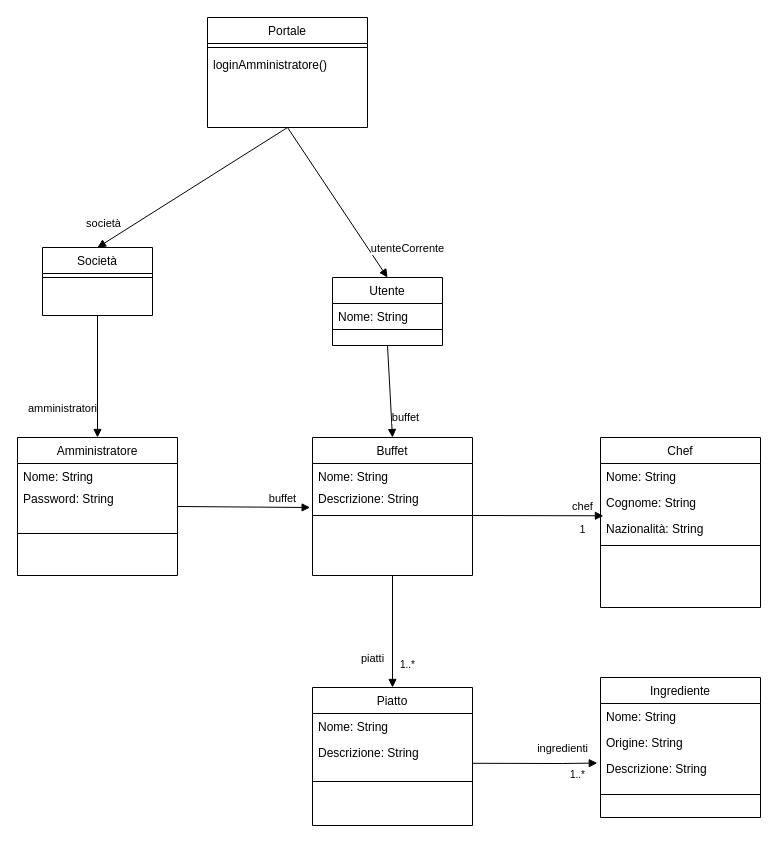
This is SiwClassDiagram.drawio from lucreziasorrentino/siw-catering, a draw.io file, before an edit. Source tidied: cells renumbered, new cells numbered last; positions are measured from the earlier drawing's top-left corner, leaving out a move shared by most shapes. Both pictures are drawn from the tidied source at 100%, with x=0, y=0 at pixel (17, 17).
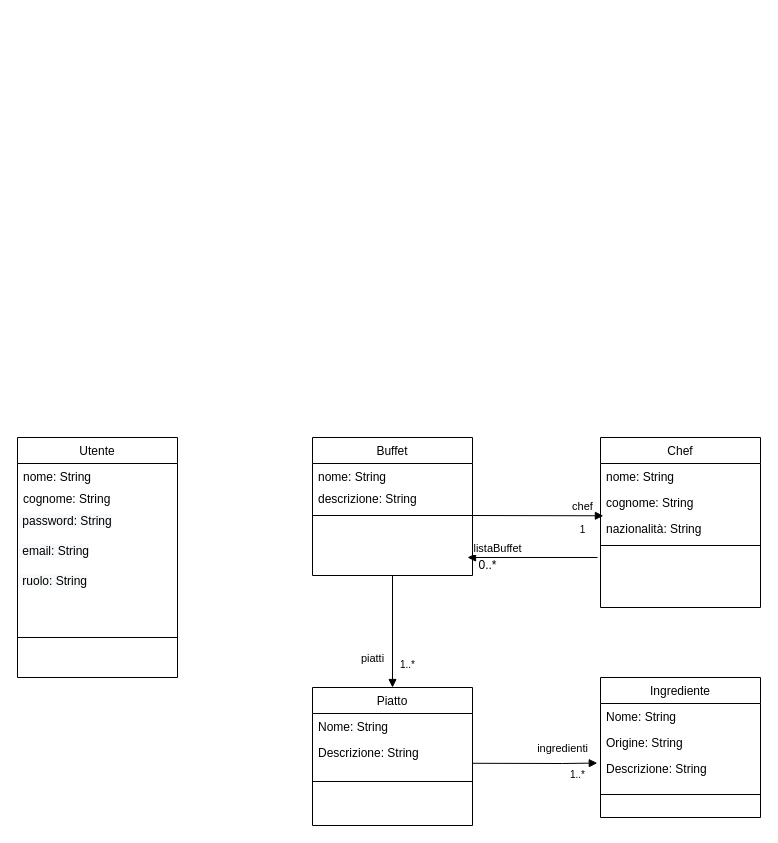
Above is the later version.

Unchanged cells that the change refers to:
```xml
<mxCell id="2" value="Buffet" style="swimlane;fontStyle=0;align=center;verticalAlign=top;horizontal=1;startSize=26;rounded=0;shadow=0;strokeWidth=1;" parent="1" vertex="1">
  <mxGeometry x="295" y="420" width="160" height="138" as="geometry" />
</mxCell>
<mxCell id="15" value="Chef" style="swimlane;fontStyle=0;align=center;verticalAlign=top;horizontal=1;startSize=26;rounded=0;shadow=0;strokeWidth=1;" parent="1" vertex="1">
  <mxGeometry x="583" y="420" width="160" height="170" as="geometry" />
</mxCell>
```

Change to the diagram source:
```diff
@@
-    <mxCell id="3" value="Nome: String" style="text;align=left;verticalAlign=top;spacingLeft=4;spacingRight=4;overflow=hidden;" parent="2" vertex="1">
+    <mxCell id="3" value="nome: String" style="text;align=left;verticalAlign=top;spacingLeft=4;spacingRight=4;overflow=hidden;" parent="2" vertex="1">
       <mxGeometry y="26" width="160" height="22" as="geometry" />
     </mxCell>
-    <mxCell id="4" value="Descrizione: String" style="text;align=left;verticalAlign=top;spacingLeft=4;spacingRight=4;overflow=hidden;points=[[0,0.5],[1,0.5]];portConstraint=eastwest;rounded=0;shadow=0;html=0;" parent="2" vertex="1">
+    <mxCell id="4" value="descrizione: String" style="text;align=left;verticalAlign=top;spacingLeft=4;spacingRight=4;overflow=hidden;points=[[0,0.5],[1,0.5]];portConstraint=eastwest;rounded=0;shadow=0;html=0;" parent="2" vertex="1">
       <mxGeometry y="48" width="160" height="26" as="geometry" />
     </mxCell>
@@
-    <mxCell id="16" value="Nome: String" style="text;align=left;verticalAlign=top;spacingLeft=4;spacingRight=4;overflow=hidden;" parent="15" vertex="1">
+    <mxCell id="16" value="nome: String" style="text;align=left;verticalAlign=top;spacingLeft=4;spacingRight=4;overflow=hidden;" parent="15" vertex="1">
       <mxGeometry y="26" width="160" height="26" as="geometry" />
     </mxCell>
-    <mxCell id="17" value="Cognome: String" style="text;align=left;verticalAlign=top;spacingLeft=4;spacingRight=4;overflow=hidden;rounded=0;shadow=0;html=0;" parent="15" vertex="1">
+    <mxCell id="17" value="cognome: String" style="text;align=left;verticalAlign=top;spacingLeft=4;spacingRight=4;overflow=hidden;rounded=0;shadow=0;html=0;" parent="15" vertex="1">
       <mxGeometry y="52" width="160" height="26" as="geometry" />
     </mxCell>
-    <mxCell id="18" value="Nazionalità: String" style="text;align=left;verticalAlign=top;spacingLeft=4;spacingRight=4;overflow=hidden;rounded=0;shadow=0;html=0;" parent="15" vertex="1">
+    <mxCell id="18" value="nazionalità: String" style="text;align=left;verticalAlign=top;spacingLeft=4;spacingRight=4;overflow=hidden;rounded=0;shadow=0;html=0;" parent="15" vertex="1">
       <mxGeometry y="78" width="160" height="26" as="geometry" />
     </mxCell>
@@
-    <mxCell id="20" value="Amministratore" style="swimlane;fontStyle=0;align=center;verticalAlign=top;horizontal=1;startSize=26;rounded=0;shadow=0;strokeWidth=1;" parent="1" vertex="1">
-      <mxGeometry y="420" width="160" height="138" as="geometry" />
+    <mxCell id="20" value="Utente" style="swimlane;fontStyle=0;align=center;verticalAlign=top;horizontal=1;startSize=26;rounded=0;shadow=0;strokeWidth=1;" parent="1" vertex="1">
+      <mxGeometry y="420" width="160" height="240" as="geometry" />
     </mxCell>
-    <mxCell id="21" value="Nome: String" style="text;align=left;verticalAlign=top;spacingLeft=4;spacingRight=4;overflow=hidden;" parent="20" vertex="1">
+    <mxCell id="21" value="nome: String" style="text;align=left;verticalAlign=top;spacingLeft=4;spacingRight=4;overflow=hidden;" parent="20" vertex="1">
       <mxGeometry y="26" width="160" height="22" as="geometry" />
     </mxCell>
-    <mxCell id="22" value="Password: String" style="text;align=left;verticalAlign=top;spacingLeft=4;spacingRight=4;overflow=hidden;" parent="20" vertex="1">
+    <mxCell id="22" value="cognome: String" style="text;align=left;verticalAlign=top;spacingLeft=4;spacingRight=4;overflow=hidden;" parent="20" vertex="1">
       <mxGeometry y="48" width="160" height="22" as="geometry" />
     </mxCell>
+    <mxCell id="44" value="&lt;span style=&quot;color: rgb(0, 0, 0); font-family: Helvetica; font-size: 12px; font-style: normal; font-variant-ligatures: normal; font-variant-caps: normal; font-weight: 400; letter-spacing: normal; orphans: 2; text-align: left; text-indent: 0px; text-transform: none; widows: 2; word-spacing: 0px; -webkit-text-stroke-width: 0px; background-color: rgb(248, 249, 250); text-decoration-thickness: initial; text-decoration-style: initial; text-decoration-color: initial; float: none; display: inline !important;&quot;&gt;&amp;nbsp;password: String&lt;/span&gt;" style="text;whiteSpace=wrap;html=1;" parent="20" vertex="1">
+      <mxGeometry y="70" width="160" height="30" as="geometry" />
+    </mxCell>
+    <mxCell id="45" value="&lt;span style=&quot;color: rgb(0, 0, 0); font-family: Helvetica; font-size: 12px; font-style: normal; font-variant-ligatures: normal; font-variant-caps: normal; font-weight: 400; letter-spacing: normal; orphans: 2; text-align: left; text-indent: 0px; text-transform: none; widows: 2; word-spacing: 0px; -webkit-text-stroke-width: 0px; background-color: rgb(248, 249, 250); text-decoration-thickness: initial; text-decoration-style: initial; text-decoration-color: initial; float: none; display: inline !important;&quot;&gt;&amp;nbsp;email: String&lt;/span&gt;" style="text;whiteSpace=wrap;html=1;" parent="20" vertex="1">
+      <mxGeometry y="100" width="160" height="30" as="geometry" />
+    </mxCell>
+    <mxCell id="46" value="&lt;span style=&quot;color: rgb(0, 0, 0); font-family: Helvetica; font-size: 12px; font-style: normal; font-variant-ligatures: normal; font-variant-caps: normal; font-weight: 400; letter-spacing: normal; orphans: 2; text-align: left; text-indent: 0px; text-transform: none; widows: 2; word-spacing: 0px; -webkit-text-stroke-width: 0px; background-color: rgb(248, 249, 250); text-decoration-thickness: initial; text-decoration-style: initial; text-decoration-color: initial; float: none; display: inline !important;&quot;&gt;&amp;nbsp;ruolo: String&lt;/span&gt;" style="text;whiteSpace=wrap;html=1;" parent="20" vertex="1">
+      <mxGeometry y="130" width="160" height="30" as="geometry" />
+    </mxCell>
     <mxCell id="23" style="line;html=1;strokeWidth=1;align=left;verticalAlign=middle;spacingTop=-1;spacingLeft=3;spacingRight=3;labelPosition=right;" parent="20" vertex="1">
-      <mxGeometry y="70" width="160" height="52" as="geometry" />
+      <mxGeometry y="160" width="160" height="80" as="geometry" />
     </mxCell>
@@
-    <mxCell id="31" value="Società" style="swimlane;fontStyle=0;align=center;verticalAlign=top;horizontal=1;startSize=26;rounded=0;shadow=0;strokeWidth=1;" parent="1" vertex="1">
-      <mxGeometry x="25" y="230" width="110" height="68" as="geometry" />
-    </mxCell>
-    <mxCell id="32" style="line;html=1;strokeWidth=1;align=left;verticalAlign=middle;spacingTop=-1;spacingLeft=3;spacingRight=3;labelPosition=right;" parent="31" vertex="1">
-      <mxGeometry y="26" width="110" height="8" as="geometry" />
-    </mxCell>
-    <mxCell id="33" value="amministratori" style="html=1;verticalAlign=bottom;endArrow=block;rounded=0;entryX=0.5;entryY=0;entryDx=0;entryDy=0;exitX=0.5;exitY=1;exitDx=0;exitDy=0;" parent="1" edge="1" source="31" target="20">
-      <mxGeometry x="0.68" y="-35" relative="1" as="geometry" />
-    </mxCell>
-    <mxCell id="34" value="Portale" style="swimlane;fontStyle=0;align=center;verticalAlign=top;horizontal=1;startSize=26;rounded=0;shadow=0;strokeWidth=1;" parent="1" vertex="1">
-      <mxGeometry x="190" width="160" height="110" as="geometry" />
-    </mxCell>
-    <mxCell id="35" style="line;html=1;strokeWidth=1;align=left;verticalAlign=middle;spacingTop=-1;spacingLeft=3;spacingRight=3;labelPosition=right;" parent="34" vertex="1">
-      <mxGeometry y="26" width="160" height="8" as="geometry" />
-    </mxCell>
-    <mxCell id="36" value="loginAmministratore()" style="text;align=left;verticalAlign=top;spacingLeft=4;spacingRight=4;overflow=hidden;" parent="34" vertex="1">
-      <mxGeometry y="34" width="160" height="22" as="geometry" />
-    </mxCell>
-    <mxCell id="37" value="società" style="html=1;verticalAlign=bottom;endArrow=block;rounded=0;entryX=0.5;entryY=0;entryDx=0;entryDy=0;exitX=0.5;exitY=1;exitDx=0;exitDy=0;" parent="1" edge="1" source="34" target="31">
-      <mxGeometry x="0.88" y="-10" relative="1" as="geometry">
-        <mxPoint y="1" as="offset" />
-      </mxGeometry>
-    </mxCell>
-    <mxCell id="38" value="buffet" style="html=1;verticalAlign=bottom;endArrow=block;rounded=0;entryX=-0.015;entryY=0.846;entryDx=0;entryDy=0;exitX=1;exitY=0.5;exitDx=0;exitDy=0;entryPerimeter=0;" parent="1" edge="1" source="20" target="4">
-      <mxGeometry x="0.58" relative="1" as="geometry" />
-    </mxCell>
-    <mxCell id="39" value="Utente" style="swimlane;fontStyle=0;align=center;verticalAlign=top;horizontal=1;startSize=26;rounded=0;shadow=0;strokeWidth=1;" parent="1" vertex="1">
-      <mxGeometry x="315" y="260" width="110" height="68" as="geometry" />
-    </mxCell>
-    <mxCell id="40" value="Nome: String" style="text;align=left;verticalAlign=top;spacingLeft=4;spacingRight=4;overflow=hidden;" parent="39" vertex="1">
-      <mxGeometry y="26" width="110" height="22" as="geometry" />
-    </mxCell>
-    <mxCell id="41" style="line;html=1;strokeWidth=1;align=left;verticalAlign=middle;spacingTop=-1;spacingLeft=3;spacingRight=3;labelPosition=right;" parent="39" vertex="1">
-      <mxGeometry y="48" width="110" height="8" as="geometry" />
-    </mxCell>
-    <mxCell id="42" value="utenteCorrente" style="html=1;verticalAlign=bottom;endArrow=block;rounded=0;" parent="1" edge="1">
-      <mxGeometry x="0.94" y="28" relative="1" as="geometry">
-        <mxPoint x="270" y="110" as="sourcePoint" />
-        <mxPoint x="370" y="260" as="targetPoint" />
-      </mxGeometry>
-    </mxCell>
-    <mxCell id="43" value="buffet" style="html=1;verticalAlign=bottom;endArrow=block;rounded=0;entryX=0.5;entryY=0;entryDx=0;entryDy=0;exitX=0.5;exitY=1;exitDx=0;exitDy=0;" parent="1" edge="1" source="39" target="2">
-      <mxGeometry x="0.79" y="14" relative="1" as="geometry" />
-    </mxCell>
+    <mxCell id="47" value="listaBuffet" style="html=1;verticalAlign=bottom;endArrow=block;rounded=0;" parent="1" edge="1">
+      <mxGeometry x="0.54" relative="1" as="geometry">
+        <mxPoint x="580" y="540" as="sourcePoint" />
+        <mxPoint x="450" y="540" as="targetPoint" />
+      </mxGeometry>
+    </mxCell>
+    <mxCell id="48" value="0..*" style="text;html=1;align=center;verticalAlign=middle;strokeColor=none;fillColor=none;" parent="1" vertex="1">
+      <mxGeometry x="455" y="538" width="30" height="20" as="geometry" />
+    </mxCell>
```
